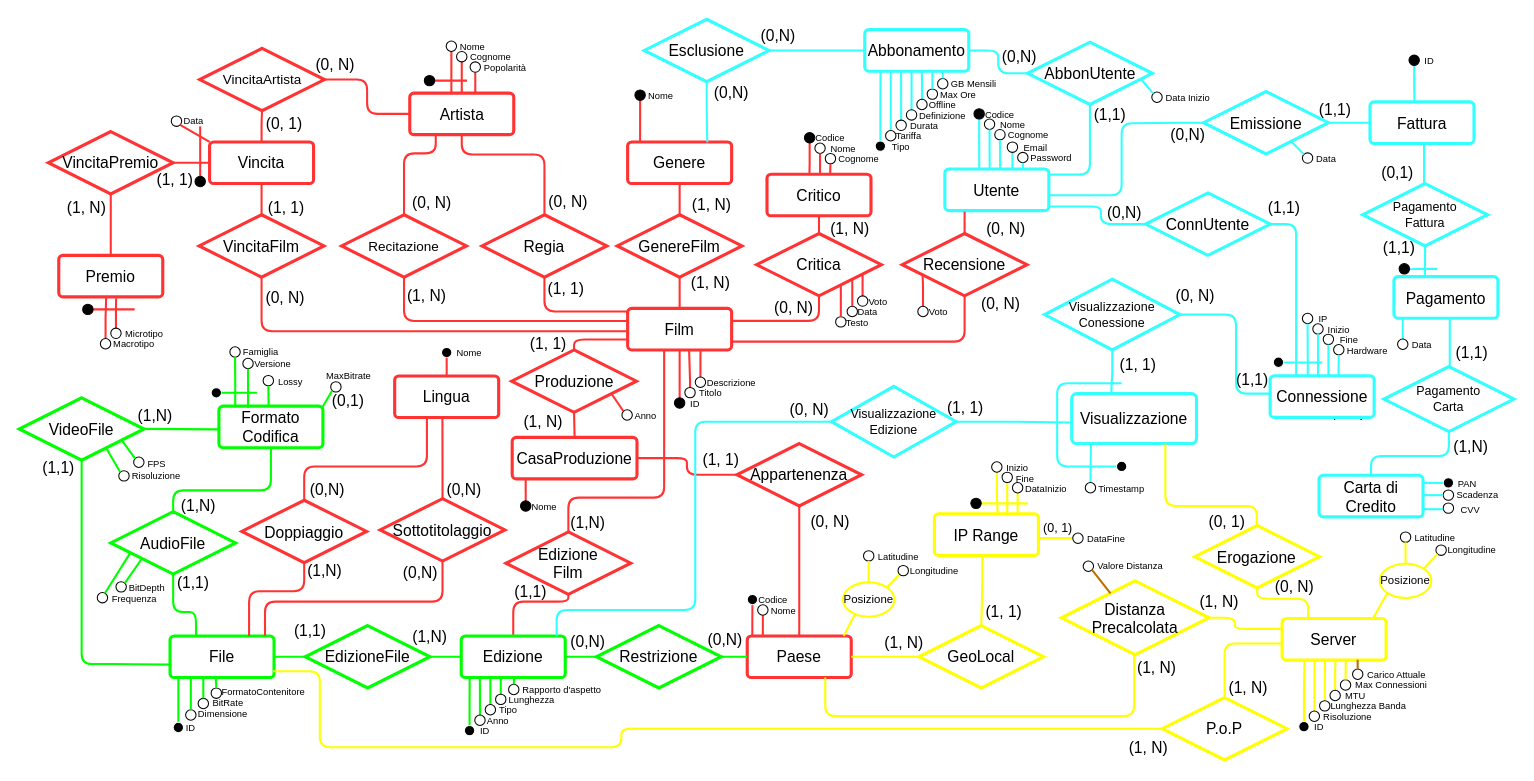
Richie314/FilmSphere keeps this draw.io diagram as page "ER - ristrutturato" (2 of 2) of ER.drawio. Above is the earlier version. Source tidied: cells renumbered, new cells numbered last; positions are measured from the earlier drawing's top-left corner, leaving out a move shared by most shapes. Both pictures are drawn from the tidied source at 104%, with x=0, y=0 at pixel (19, 19).
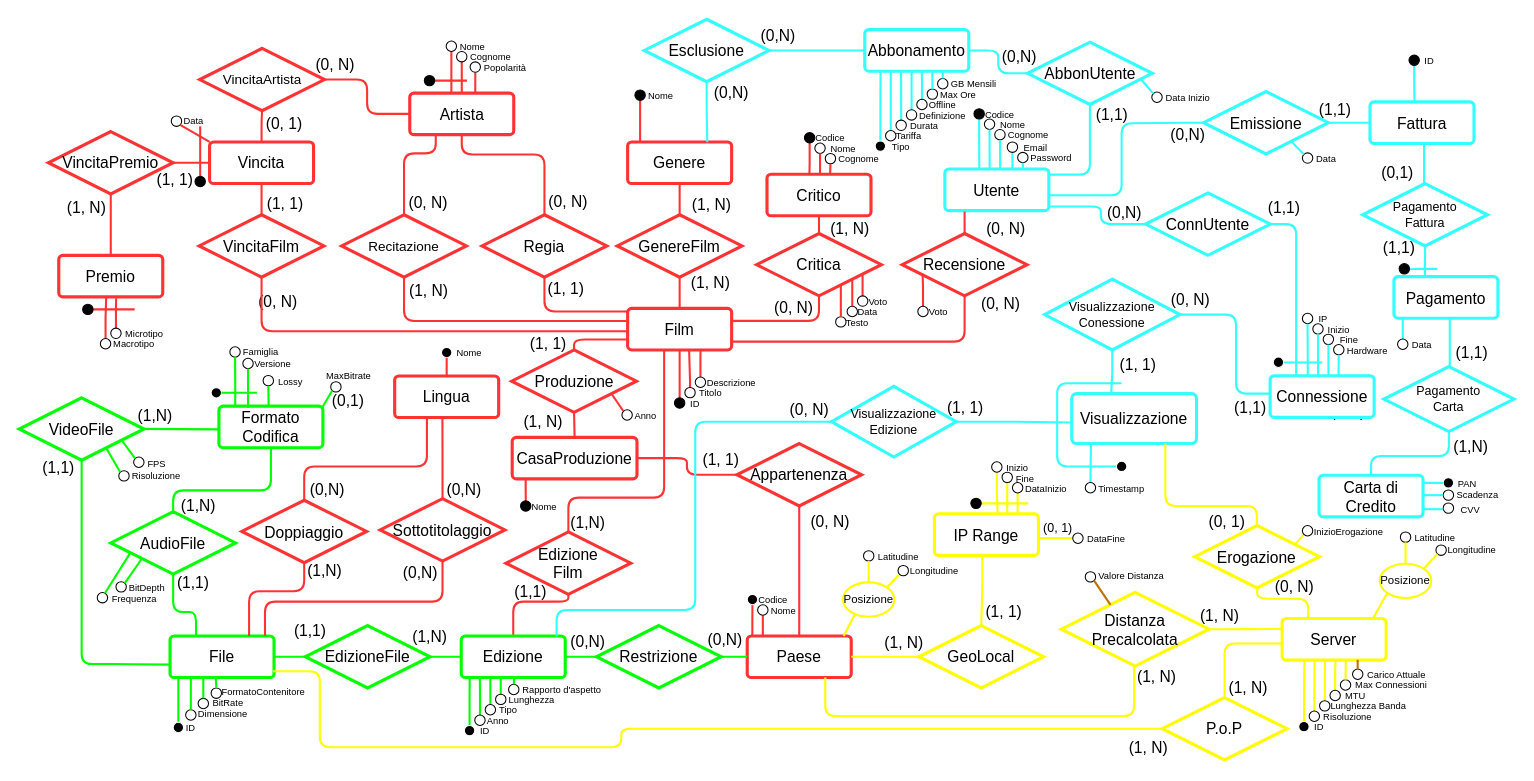
Above is the later version.

The change refers to these unchanged cells:
```xml
<mxCell id="289" value="&lt;font style=&quot;font-size: 15px;&quot;&gt;Server&lt;/font&gt;" style="rounded=1;arcSize=10;whiteSpace=wrap;html=1;align=center;strokeWidth=3;strokeColor=#FFFF00;" parent="1" vertex="1">
  <mxGeometry x="1214.3" y="576.2" width="100" height="40" as="geometry" />
</mxCell>
<mxCell id="319" value="&lt;font style=&quot;font-size: 15px;&quot;&gt;Erogazione&lt;/font&gt;" style="shape=rhombus;perimeter=rhombusPerimeter;whiteSpace=wrap;html=1;align=center;strokeWidth=3;strokeColor=#FFFF00;" parent="1" vertex="1">
  <mxGeometry x="1130.3" y="486.8" width="120" height="60" as="geometry" />
</mxCell>
```

What changed in the source:
```diff
@@
     <mxCell id="13" value="&lt;font style=&quot;font-size: 15px;&quot;&gt;(1, N)&lt;/font&gt;" style="text;html=1;strokeColor=none;fillColor=none;align=center;verticalAlign=middle;whiteSpace=wrap;rounded=0;" parent="1" vertex="1">
-      <mxGeometry x="361.5" y="250" width="60" height="30" as="geometry" />
+      <mxGeometry x="373.5" y="251" width="40" height="20" as="geometry" />
     </mxCell>
     <mxCell id="14" value="&lt;font style=&quot;font-size: 15px;&quot;&gt;(0, N)&lt;/font&gt;" style="text;html=1;strokeColor=none;fillColor=none;align=center;verticalAlign=middle;whiteSpace=wrap;rounded=0;" parent="1" vertex="1">
-      <mxGeometry x="367" y="161" width="60" height="30" as="geometry" />
+      <mxGeometry x="367" y="160" width="53" height="31" as="geometry" />
     </mxCell>
@@
     <mxCell id="48" value="&lt;font style=&quot;font-size: 15px;&quot;&gt;(0, N)&lt;/font&gt;" style="text;html=1;strokeColor=none;fillColor=none;align=center;verticalAlign=middle;whiteSpace=wrap;rounded=0;" parent="1" vertex="1">
-      <mxGeometry x="226" y="252" width="60" height="30" as="geometry" />
+      <mxGeometry x="227" y="260" width="44" height="22" as="geometry" />
     </mxCell>
     <mxCell id="49" value="&lt;font style=&quot;font-size: 15px;&quot;&gt;(1, 1)&lt;/font&gt;" style="text;html=1;strokeColor=none;fillColor=none;align=center;verticalAlign=middle;whiteSpace=wrap;rounded=0;" parent="1" vertex="1">
-      <mxGeometry x="227" y="166" width="60" height="30" as="geometry" />
+      <mxGeometry x="230" y="164" width="52" height="26" as="geometry" />
     </mxCell>
@@
     <mxCell id="72" value="&lt;font style=&quot;font-size: 15px;&quot;&gt;(1,1)&lt;/font&gt;" style="text;html=1;strokeColor=none;fillColor=none;align=center;verticalAlign=middle;whiteSpace=wrap;rounded=0;" parent="1" vertex="1">
-      <mxGeometry x="1019" y="76" width="60" height="30" as="geometry" />
+      <mxGeometry x="1035" y="83" width="32" height="16" as="geometry" />
     </mxCell>
@@
     <mxCell id="271" value="&lt;font style=&quot;font-size: 15px;&quot;&gt;(1,1)&lt;/font&gt;" style="text;html=1;strokeColor=none;fillColor=none;align=center;verticalAlign=middle;whiteSpace=wrap;rounded=0;" parent="1" vertex="1">
-      <mxGeometry x="1163" y="337" width="46" height="17.5" as="geometry" />
+      <mxGeometry x="1160.8" y="364" width="46" height="17.5" as="geometry" />
     </mxCell>
@@
     <mxCell id="323" value="&lt;font style=&quot;font-size: 15px;&quot;&gt;Distanza&lt;br&gt;Precalcolata&lt;br&gt;&lt;/font&gt;" style="shape=rhombus;perimeter=rhombusPerimeter;whiteSpace=wrap;html=1;align=center;strokeWidth=3;strokeColor=#FFFF00;" parent="1" vertex="1">
-      <mxGeometry x="1002" y="540" width="142" height="71" as="geometry" />
+      <mxGeometry x="1002" y="551" width="142" height="71" as="geometry" />
     </mxCell>
     <mxCell id="324" style="edgeStyle=orthogonalEdgeStyle;shape=connector;rounded=1;jettySize=auto;html=1;labelBackgroundColor=default;strokeColor=#FFFF00;strokeWidth=2;fontFamily=Helvetica;fontSize=11;fontColor=default;endArrow=none;endFill=0;exitX=1;exitY=0.5;exitDx=0;exitDy=0;entryX=0;entryY=0.25;entryDx=0;entryDy=0;" parent="1" edge="1" source="323" target="289">
       <mxGeometry relative="1" as="geometry">
         <Array as="points">
-          <mxPoint x="1169" y="576" />
+          <mxPoint x="1169" y="586" />
           <mxPoint x="1169" y="586" />
         </Array>
       </mxGeometry>
     </mxCell>
     <mxCell id="325" value="&lt;font style=&quot;font-size: 15px;&quot;&gt;(1, N)&lt;/font&gt;" style="text;html=1;strokeColor=none;fillColor=none;align=center;verticalAlign=middle;whiteSpace=wrap;rounded=0;" parent="1" vertex="1">
-      <mxGeometry x="1064" y="608" width="60" height="30" as="geometry" />
+      <mxGeometry x="1071" y="623" width="46" height="18" as="geometry" />
     </mxCell>
     <mxCell id="326" value="&lt;font style=&quot;font-size: 15px;&quot;&gt;(1, N)&lt;/font&gt;" style="text;html=1;strokeColor=none;fillColor=none;align=center;verticalAlign=middle;whiteSpace=wrap;rounded=0;" parent="1" vertex="1">
-      <mxGeometry x="1124" y="544.5" width="60" height="30" as="geometry" />
+      <mxGeometry x="1130.3" y="561.2" width="49" height="24.5" as="geometry" />
     </mxCell>
@@
     <mxCell id="329" style="ellipse;whiteSpace=wrap;html=1;fillColor=#FFFFFF;strokeColor=#000000;" parent="1" vertex="1">
-      <mxGeometry x="1023" y="521" width="10" height="10" as="geometry" />
+      <mxGeometry x="1025" y="531.2" width="10" height="10" as="geometry" />
     </mxCell>
@@
     <mxCell id="331" value="&lt;font style=&quot;font-size: 9px;&quot;&gt;Valore Distanza&lt;br&gt;&lt;/font&gt;" style="text;html=1;strokeColor=none;fillColor=none;align=center;verticalAlign=middle;whiteSpace=wrap;rounded=0;" parent="1" vertex="1">
-      <mxGeometry x="1031" y="520" width="75" height="10" as="geometry" />
+      <mxGeometry x="1031.5" y="529.8" width="75" height="10" as="geometry" />
     </mxCell>
@@
     <mxCell id="414" value="&lt;font style=&quot;font-size: 15px;&quot;&gt;(0, N)&lt;/font&gt;" style="text;html=1;strokeColor=none;fillColor=none;align=center;verticalAlign=middle;whiteSpace=wrap;rounded=0;" parent="1" vertex="1">
-      <mxGeometry x="1103" y="252" width="55.7" height="26" as="geometry" />
+      <mxGeometry x="1103" y="260" width="47" height="18" as="geometry" />
     </mxCell>
@@
+    <mxCell id="427" style="endArrow=none;html=1;rounded=0;strokeColor=#FFFF00;strokeWidth=2;entryX=0;entryY=1;entryDx=0;entryDy=0;exitX=0.798;exitY=0.315;exitDx=0;exitDy=0;exitPerimeter=0;" parent="1" edge="1" source="319" target="428">
+      <mxGeometry relative="1" as="geometry" />
+    </mxCell>
+    <mxCell id="428" style="ellipse;whiteSpace=wrap;html=1;fillColor=#FFFFFF;strokeColor=#000000;" parent="1" vertex="1">
+      <mxGeometry x="1233.8" y="486.8" width="10" height="10" as="geometry" />
+    </mxCell>
+    <mxCell id="429" value="&lt;font style=&quot;font-size: 9px;&quot;&gt;InizioErogazione&lt;br&gt;&lt;/font&gt;" style="text;html=1;strokeColor=none;fillColor=none;align=center;verticalAlign=middle;whiteSpace=wrap;rounded=0;" parent="1" vertex="1">
+      <mxGeometry x="1242.3" y="486.8" width="72.7" height="10" as="geometry" />
+    </mxCell>
```
